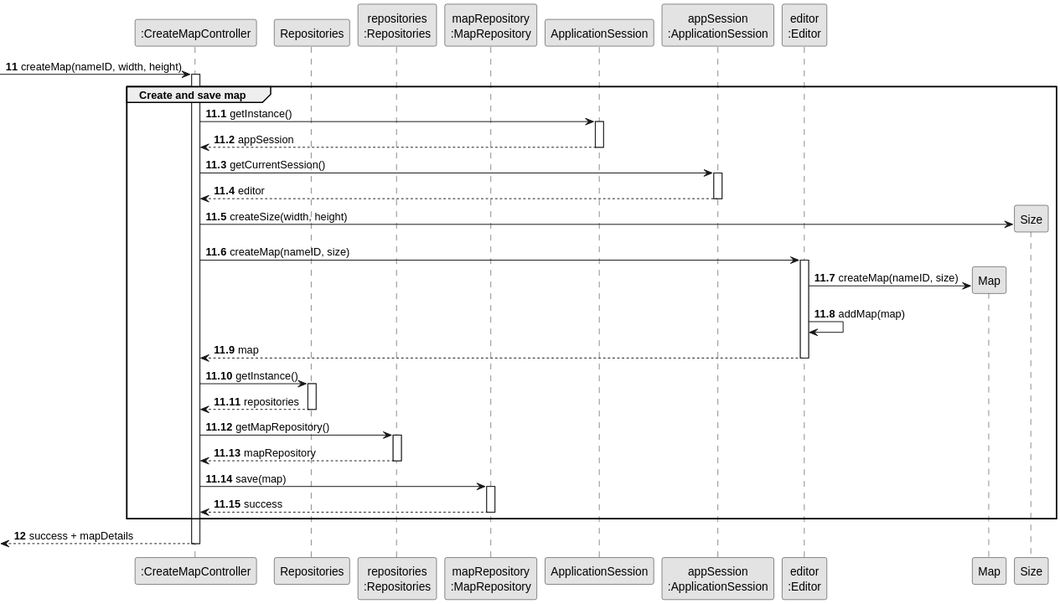
This is docs/system-documentation/Sprint 2/US01/03.design/svg/US01-SD-create-and-save-map.svg from HenriqueSilva18/Railway-Network-Simulator, a PlantUML export, as it was before one commit.
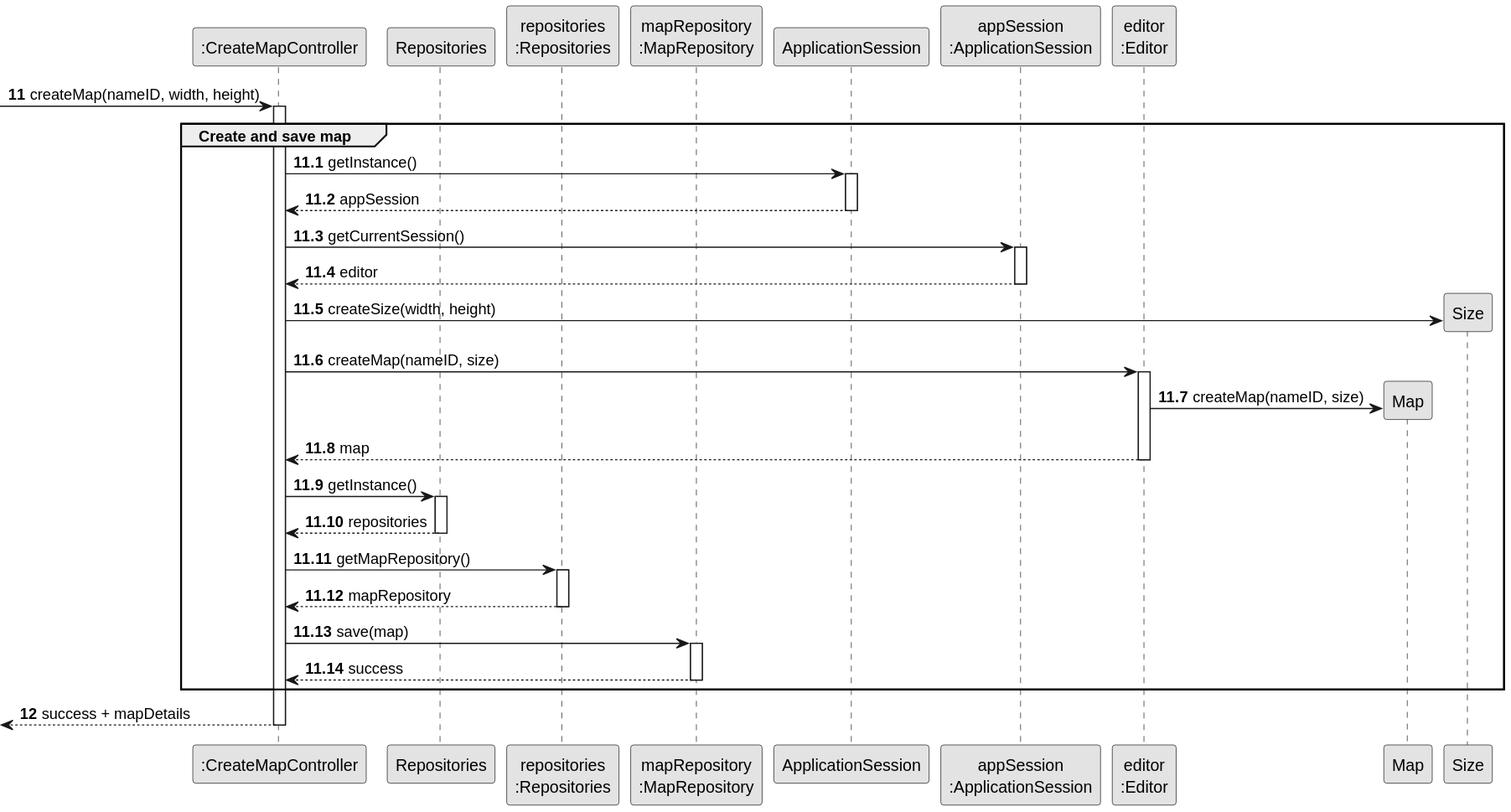
The same diagram one commit later.

What changed in the source:
```diff
@@ -36,7 +36,6 @@
         activate EDITOR
             EDITOR -> MAP**: createMap(nameID, size)
 
-            EDITOR -> EDITOR: addMap(map)
             EDITOR --> CTRL: map
         deactivate EDITOR
 
```
